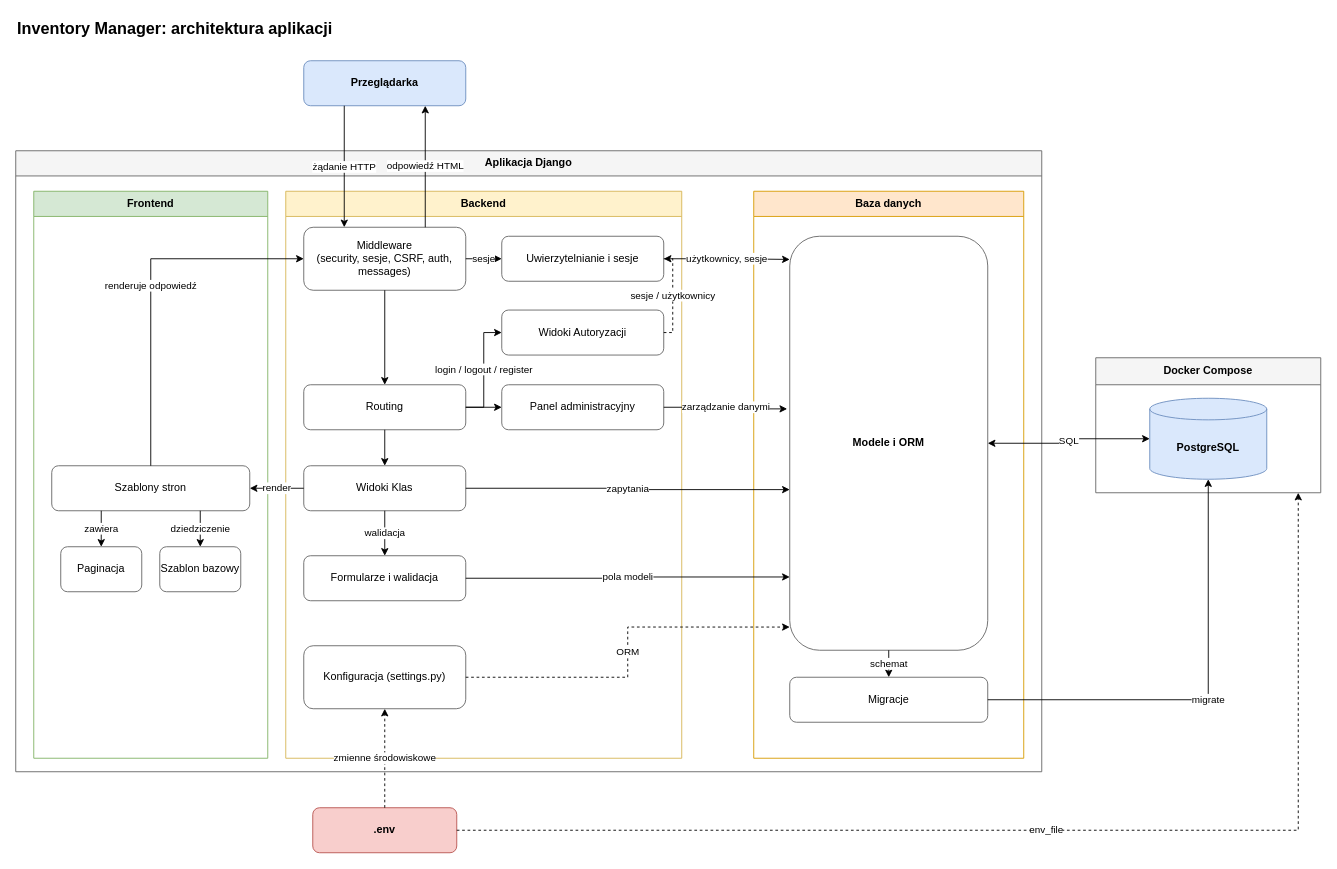
Above: docs/architecture.drawio in krzy-sok/APSI_ZESPOL2 (draw.io), before the change. Source tidied: cells renumbered, new cells numbered last; positions are measured from the earlier drawing's top-left corner, leaving out a move shared by most shapes. Both pictures are drawn from the tidied source at 90%, with x=0, y=0 at pixel (15, 15).
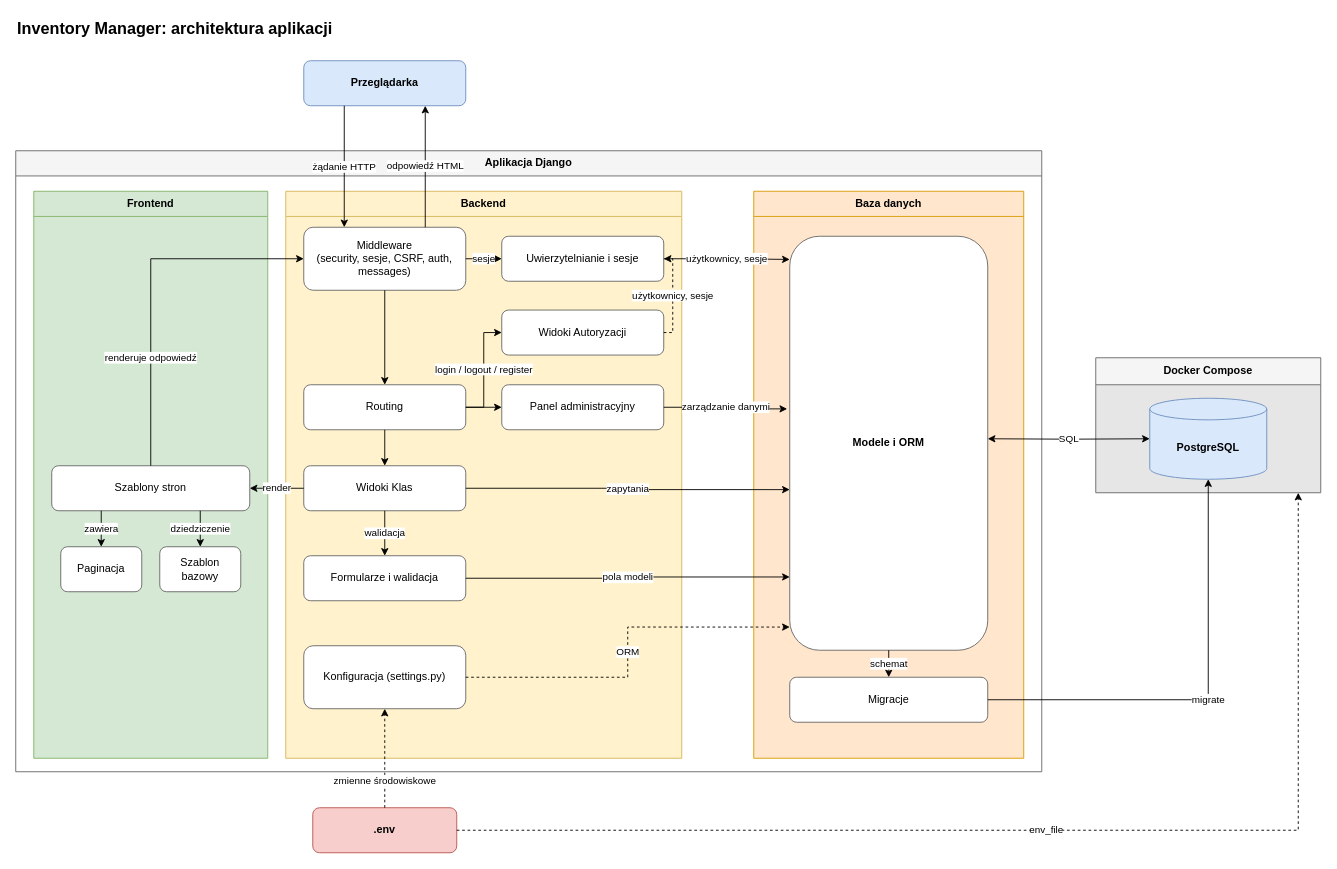
After the change.

Commit message (it also covers changes not shown here):
fix(arch diagram): model -image cosistency

The change refers to these unchanged cells:
```xml
<mxCell id="4" value="&lt;b&gt;.env&lt;/b&gt;" style="rounded=1;whiteSpace=wrap;html=1;fillColor=#f8cecc;strokeColor=#b85450;" parent="1" vertex="1">
  <mxGeometry x="330" y="880" width="160" height="50" as="geometry" />
</mxCell>
<mxCell id="7" value="Szablony stron" style="rounded=1;whiteSpace=wrap;html=1;fillColor=#ffffff;strokeColor=#666666;" parent="6" vertex="1">
  <mxGeometry x="20" y="305" width="220" height="50" as="geometry" />
</mxCell>
<mxCell id="11" value="Middleware&lt;br&gt;(security, sesje, CSRF, auth, messages)" style="rounded=1;whiteSpace=wrap;html=1;fillColor=#ffffff;strokeColor=#666666;" parent="10" vertex="1">
  <mxGeometry x="20" y="40" width="180" height="70" as="geometry" />
</mxCell>
<mxCell id="12" value="Uwierzytelnianie i sesje" style="rounded=1;whiteSpace=wrap;html=1;fillColor=#ffffff;strokeColor=#666666;" parent="10" vertex="1">
  <mxGeometry x="240" y="50" width="180" height="50" as="geometry" />
</mxCell>
<mxCell id="17" value="Konfiguracja (settings.py)" style="rounded=1;whiteSpace=wrap;html=1;fillColor=#ffffff;strokeColor=#666666;" parent="10" vertex="1">
  <mxGeometry x="20" y="505" width="180" height="70" as="geometry" />
</mxCell>
<mxCell id="18" value="Widoki Autoryzacji" style="rounded=1;whiteSpace=wrap;html=1;fillColor=#ffffff;strokeColor=#666666;" parent="10" vertex="1">
  <mxGeometry x="240" y="132" width="180" height="50" as="geometry" />
</mxCell>
<mxCell id="20" value="&lt;b&gt;Modele i ORM&lt;/b&gt;" style="rounded=1;whiteSpace=wrap;html=1;fillColor=#ffffff;strokeColor=#666666;" parent="19" vertex="1">
  <mxGeometry x="40" y="50" width="220" height="460" as="geometry" />
</mxCell>
<mxCell id="25" value="&lt;b&gt;PostgreSQL&lt;/b&gt;" style="shape=cylinder3;whiteSpace=wrap;html=1;boundedLbl=1;backgroundOutline=1;size=12;fillColor=#dae8fc;strokeColor=#6c8ebf;" parent="24" vertex="1">
  <mxGeometry x="60" y="45" width="130" height="90" as="geometry" />
</mxCell>
```

Change to the diagram source:
```diff
@@
-    <mxCell id="5" value="&lt;b&gt;Aplikacja Django&lt;/b&gt;" style="swimlane;html=1;startSize=28;whiteSpace=wrap;fillColor=#f5f5f5;strokeColor=#666666;" parent="1" vertex="1">
+    <mxCell id="5" value="&lt;b&gt;Aplikacja Django&lt;/b&gt;" style="swimlane;html=1;startSize=28;whiteSpace=wrap;fillColor=#f5f5f5;strokeColor=#666666;swimlaneFillColor=default;" parent="1" vertex="1">
       <mxGeometry y="150" width="1140" height="690" as="geometry" />
     </mxCell>
-    <mxCell id="6" value="&lt;b&gt;Frontend&lt;/b&gt;" style="swimlane;html=1;startSize=28;whiteSpace=wrap;fillColor=#d5e8d4;strokeColor=#82b366;" parent="5" vertex="1">
+    <mxCell id="6" value="&lt;b&gt;Frontend&lt;/b&gt;" style="swimlane;html=1;startSize=28;whiteSpace=wrap;fillColor=#d5e8d4;strokeColor=#82b366;swimlaneFillColor=#D5E8D4;" parent="5" vertex="1">
       <mxGeometry x="20" y="45" width="260" height="630" as="geometry" />
     </mxCell>
@@
-    <mxCell id="9" value="Szablon bazowy" style="rounded=1;whiteSpace=wrap;html=1;fillColor=#ffffff;strokeColor=#666666;" parent="6" vertex="1">
+    <mxCell id="9" value="Szablon&lt;br&gt;bazowy" style="rounded=1;whiteSpace=wrap;html=1;fillColor=#ffffff;strokeColor=#666666;" parent="6" vertex="1">
       <mxGeometry x="140" y="395" width="90" height="50" as="geometry" />
     </mxCell>
-    <mxCell id="10" value="&lt;b&gt;Backend&lt;/b&gt;" style="swimlane;html=1;startSize=28;whiteSpace=wrap;fillColor=#fff2cc;strokeColor=#d6b656;" parent="5" vertex="1">
+    <mxCell id="10" value="&lt;b&gt;Backend&lt;/b&gt;" style="swimlane;html=1;startSize=28;whiteSpace=wrap;fillColor=#fff2cc;strokeColor=#d6b656;swimlaneFillColor=#FFF2CC;" parent="5" vertex="1">
       <mxGeometry x="300" y="45" width="440" height="630" as="geometry" />
     </mxCell>
@@
-    <mxCell id="19" value="&lt;b&gt;Baza danych&lt;/b&gt;" style="swimlane;html=1;startSize=28;whiteSpace=wrap;fillColor=#ffe6cc;strokeColor=#d79b00;" parent="5" vertex="1">
+    <mxCell id="19" value="&lt;b&gt;Baza danych&lt;/b&gt;" style="swimlane;html=1;startSize=28;whiteSpace=wrap;fillColor=#ffe6cc;strokeColor=#d79b00;swimlaneFillColor=#FFE6CC;" parent="5" vertex="1">
       <mxGeometry x="820" y="45" width="300" height="630" as="geometry" />
     </mxCell>
@@
-    <mxCell id="23" value="sesje / użytkownicy" style="edgeStyle=orthogonalEdgeStyle;rounded=0;endArrow=classic;html=1;labelBackgroundColor=#ffffff;dashed=1;exitX=1;exitY=0.5;entryX=1;entryY=0.5;" parent="1" edge="1" source="18" target="12">
+    <mxCell id="23" value="użytkownicy, sesje" style="edgeStyle=orthogonalEdgeStyle;rounded=0;endArrow=classic;html=1;labelBackgroundColor=#ffffff;dashed=1;exitX=1;exitY=0.5;entryX=1;entryY=0.5;" parent="1" edge="1" source="18" target="12">
       <mxGeometry relative="1" as="geometry" />
     </mxCell>
-    <mxCell id="24" value="&lt;b&gt;Docker Compose&lt;/b&gt;" style="swimlane;html=1;startSize=30;whiteSpace=wrap;fillColor=#f5f5f5;strokeColor=#666666;" parent="1" vertex="1">
+    <mxCell id="24" value="&lt;b&gt;Docker Compose&lt;/b&gt;" style="swimlane;html=1;startSize=30;whiteSpace=wrap;fillColor=#f5f5f5;strokeColor=#666666;swimlaneFillColor=#E6E6E6;" parent="1" vertex="1">
       <mxGeometry x="1200" y="380" width="250" height="150" as="geometry" />
     </mxCell>
@@
     <mxCell id="28" value="renderuje odpowiedź" style="edgeStyle=orthogonalEdgeStyle;rounded=0;endArrow=classic;html=1;labelBackgroundColor=#ffffff;exitX=0.5;exitY=0;entryX=0;entryY=0.5;" parent="1" edge="1" source="7" target="11">
-      <mxGeometry relative="1" as="geometry" />
+      <mxGeometry x="-0.4" relative="1" as="geometry" />
     </mxCell>
@@
-    <mxCell id="43" value="SQL" style="edgeStyle=orthogonalEdgeStyle;rounded=0;startArrow=classic;endArrow=classic;html=1;labelBackgroundColor=#ffffff;exitX=1;exitY=0.5;entryX=0;entryY=0.5;" parent="1" edge="1" source="20" target="25">
-      <mxGeometry relative="1" as="geometry" />
+    <mxCell id="43" value="SQL" style="edgeStyle=orthogonalEdgeStyle;rounded=0;startArrow=classic;endArrow=classic;html=1;labelBackgroundColor=#ffffff;entryX=0;entryY=0.5;" parent="1" edge="1" target="25">
+      <mxGeometry relative="1" as="geometry">
+        <mxPoint x="1080" y="470" as="sourcePoint" />
+      </mxGeometry>
     </mxCell>
@@
     <mxCell id="45" value="zmienne środowiskowe" style="edgeStyle=orthogonalEdgeStyle;rounded=0;endArrow=classic;html=1;labelBackgroundColor=#ffffff;exitX=0.5;exitY=0;entryX=0.5;entryY=1;dashed=1;" parent="1" edge="1" source="4" target="17">
-      <mxGeometry relative="1" as="geometry" />
+      <mxGeometry x="-0.45" relative="1" as="geometry" />
     </mxCell>
```
